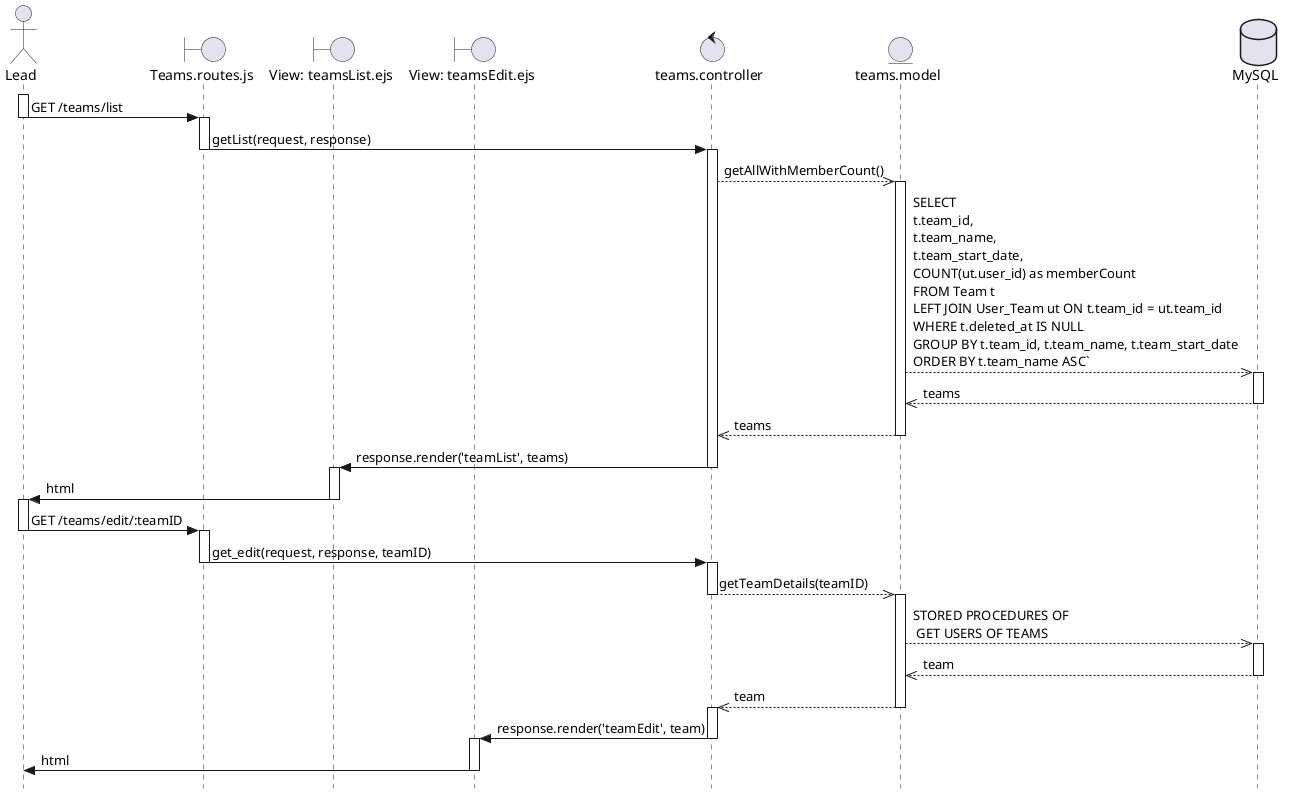
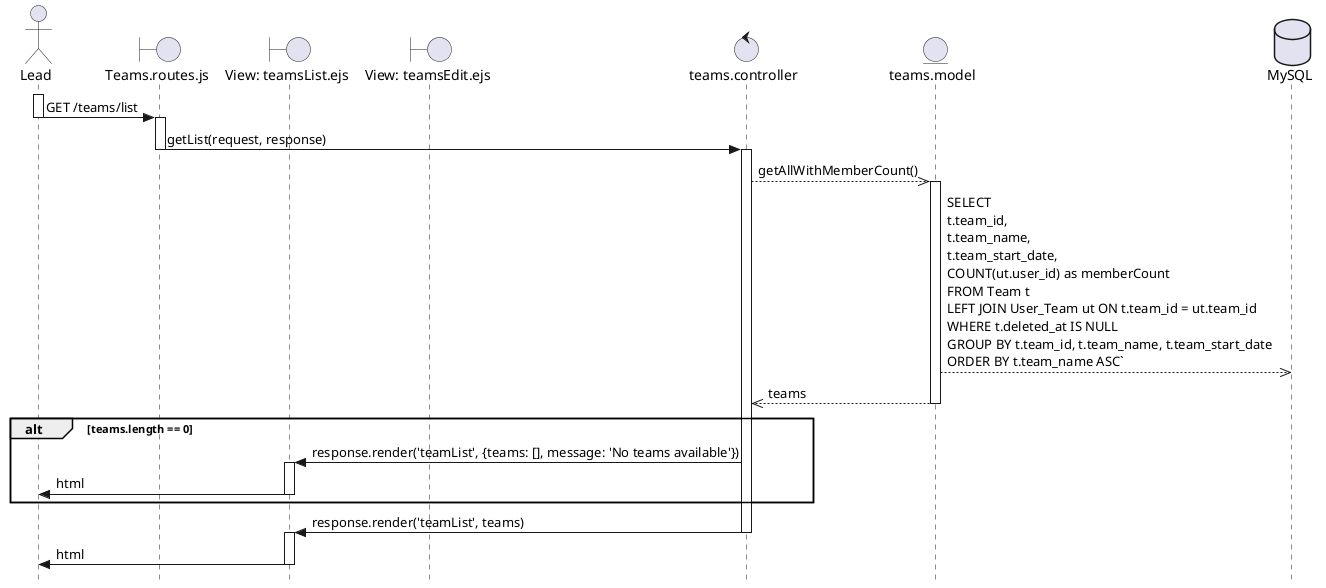
@startuml "Consult team"
skinparam style strictuml

actor Lead as U
boundary "Teams.routes.js" as RO
boundary "View: teamsList.ejs" as VL
boundary "View: teamsEdit.ejs" as VE
control "teams.controller" as C
entity "teams.model" as TM
database "MySQL" as BD

' Section about getting a list of teams '
activate U
U -> RO : GET /teams/list
deactivate U

activate RO
RO -> C : getList(request, response)
deactivate RO

activate C
C -->> TM : getAllWithMemberCount()
activate TM
TM -->> BD : SELECT \nt.team_id, \nt.team_name, \nt.team_start_date, \nCOUNT(ut.user_id) as memberCount \nFROM Team t \nLEFT JOIN User_Team ut ON t.team_id = ut.team_id \nWHERE t.deleted_at IS NULL \nGROUP BY t.team_id, t.team_name, t.team_start_date \nORDER BY t.team_name ASC`

- activate BD
- BD -->> TM : teams
deactivate BD
TM -->> C : teams
deactivate TM
+ 
+ alt teams.length == 0
+ C -> VL : response.render('teamList', {teams: [], message: 'No teams available'})
+ 
+ activate VL
+ VL -> U : html
+ deactivate VL
+ end

C -> VL : response.render('teamList', teams)
deactivate C

activate VL
VL -> U : html
deactivate VL
- 
- 
- 
- ' Section about getting the info of one team '
- activate U
- U -> RO : GET /teams/edit/:teamID
- deactivate U
- 
- activate RO
- RO -> C : get_edit(request, response, teamID)
- deactivate RO
- 
- activate C
- C -->> TM : getTeamDetails(teamID)
- deactivate C
- 
- activate TM
- 
- TM -->> BD : STORED PROCEDURES OF \n GET USERS OF TEAMS
- activate BD
- BD -->> TM : team
- deactivate BD
- 
- TM -->> C : team
- deactivate TM
- activate C
- C -> VE : response.render('teamEdit', team)
- deactivate C
- 
- activate VE
- VE -> U : html
- deactivate VE